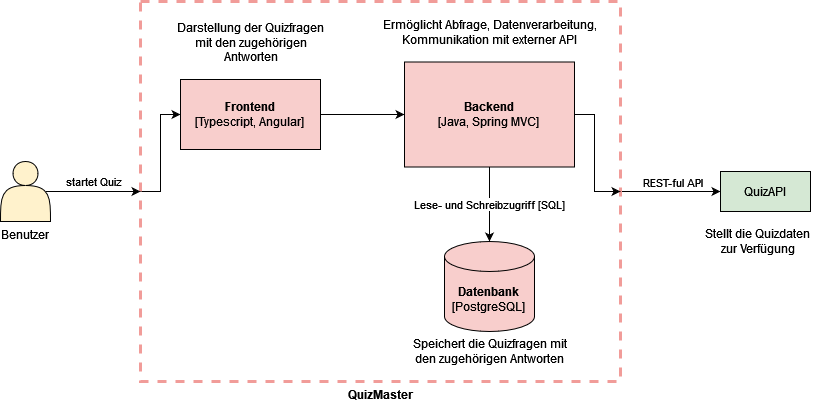
This is diagrams/ContainerDiagram.drawio.png from FranziskaGreiner/QuizMaster, a draw.io export, as it was before one commit. Source tidied: cells renumbered, new cells last; positions are measured from the earlier drawing's top-left corner, leaving out a move shared by most shapes.
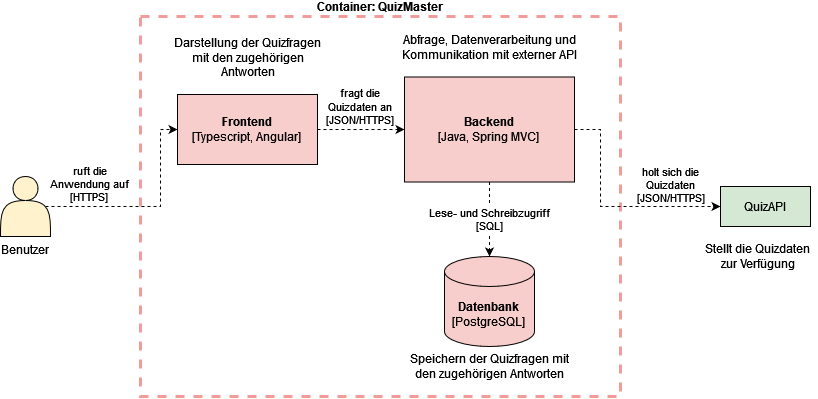
After the change.

Diff of the diagram source:
```diff
@@ -2,30 +2,32 @@
   <root>
     <mxCell id="0" />
     <mxCell id="1" parent="0" />
+    <mxCell id="5" value="Container: QuizMaster" style="rounded=0;whiteSpace=wrap;html=1;fontStyle=1;fillColor=none;strokeColor=#F19C99;dashed=1;strokeWidth=3;labelPosition=center;verticalLabelPosition=top;align=center;verticalAlign=bottom;" parent="1" vertex="1">
+      <mxGeometry x="140" width="480" height="380" as="geometry" />
+    </mxCell>
-    <mxCell id="2" style="edgeStyle=orthogonalEdgeStyle;rounded=0;jettySize=auto;html=1;exitX=1;exitY=0.5;exitDx=0;exitDy=0;entryX=0;entryY=0.5;entryDx=0;entryDy=0;fontColor=#000000;strokeColor=#000000;" parent="1" edge="1" source="5" target="6">
-      <mxGeometry relative="1" as="geometry" />
+    <mxCell id="2" style="edgeStyle=orthogonalEdgeStyle;rounded=0;jettySize=auto;html=1;exitX=1;exitY=0.5;exitDx=0;exitDy=0;entryX=0;entryY=0.5;entryDx=0;entryDy=0;fontColor=#000000;strokeColor=#000000;dashed=1;" parent="1" edge="1" source="15" target="6">
+      <mxGeometry relative="1" as="geometry">
+        <Array as="points">
+          <mxPoint x="600" y="113" />
+          <mxPoint x="600" y="190" />
+        </Array>
+      </mxGeometry>
     </mxCell>
-    <mxCell id="3" value="REST-ful API" style="edgeLabel;html=1;align=center;verticalAlign=bottom;fontColor=#000000;labelPosition=center;verticalLabelPosition=top;" parent="2" vertex="1">
+    <mxCell id="3" value="&lt;div&gt;holt sich die&lt;/div&gt;&lt;div&gt;Quizdaten&lt;br&gt;&lt;/div&gt;&lt;div&gt;[JSON/HTTPS]&lt;br&gt;&lt;/div&gt;" style="edgeLabel;html=1;align=center;verticalAlign=bottom;fontColor=#000000;labelPosition=center;verticalLabelPosition=top;" parent="2" vertex="1">
       <mxGeometry x="-0.19" y="-4" relative="1" as="geometry">
-        <mxPoint x="11" y="-4" as="offset" />
+        <mxPoint x="74" y="13" as="offset" />
       </mxGeometry>
     </mxCell>
-    <mxCell id="4" style="edgeStyle=orthogonalEdgeStyle;rounded=0;jettySize=auto;html=1;exitX=0;exitY=0.5;exitDx=0;exitDy=0;entryX=0;entryY=0.5;entryDx=0;entryDy=0;" parent="1" edge="1" source="5" target="12">
-      <mxGeometry relative="1" as="geometry">
-        <Array as="points">
-          <mxPoint x="160" y="190" />
-          <mxPoint x="160" y="113" />
-        </Array>
-      </mxGeometry>
-    </mxCell>
-    <mxCell id="5" value="QuizMaster" style="rounded=0;whiteSpace=wrap;html=1;fontStyle=1;fillColor=none;strokeColor=#F19C99;dashed=1;strokeWidth=3;labelPosition=center;verticalLabelPosition=bottom;align=center;verticalAlign=top;" parent="1" vertex="1">
-      <mxGeometry x="140" width="480" height="380" as="geometry" />
-    </mxCell>
     <mxCell id="6" value="QuizAPI" style="rounded=0;whiteSpace=wrap;html=1;fillColor=#d5e8d4;strokeColor=#000000;" parent="1" vertex="1">
       <mxGeometry x="720" y="170" width="90" height="40" as="geometry" />
     </mxCell>
-    <mxCell id="7" value="startet Quiz" style="edgeStyle=orthogonalEdgeStyle;rounded=0;jettySize=auto;html=1;exitX=0.9;exitY=0.5;exitDx=0;exitDy=0;exitPerimeter=0;entryX=0;entryY=0.5;entryDx=0;entryDy=0;fontColor=#000000;strokeColor=#000000;labelPosition=center;verticalLabelPosition=top;align=center;verticalAlign=bottom;" parent="1" edge="1" source="8" target="5">
-      <mxGeometry relative="1" as="geometry" />
+    <mxCell id="7" value="&lt;div&gt;ruft die&lt;/div&gt;&lt;div&gt;Anwendung auf&lt;/div&gt;&lt;div&gt;[HTTPS]&lt;br&gt;&lt;/div&gt;" style="edgeStyle=orthogonalEdgeStyle;rounded=0;jettySize=auto;html=1;exitX=0.9;exitY=0.5;exitDx=0;exitDy=0;exitPerimeter=0;entryX=0;entryY=0.5;entryDx=0;entryDy=0;fontColor=#000000;strokeColor=#000000;labelPosition=center;verticalLabelPosition=top;align=center;verticalAlign=bottom;dashed=1;" parent="1" edge="1" source="8" target="12">
+      <mxGeometry x="-0.58" relative="1" as="geometry">
+        <Array as="points">
+          <mxPoint x="160" y="190" />
+          <mxPoint x="160" y="113" />
+        </Array>
+      </mxGeometry>
     </mxCell>
     <mxCell id="8" value="Benutzer" style="shape=actor;whiteSpace=wrap;html=1;labelPosition=center;verticalLabelPosition=bottom;align=center;verticalAlign=top;fillColor=#fff2cc;strokeColor=#000000;" parent="1" vertex="1">
       <mxGeometry y="160" width="50" height="60" as="geometry" />
@@ -36,29 +38,26 @@
     <mxCell id="10" value="&lt;div&gt;&lt;b&gt;Datenbank&lt;/b&gt;&lt;/div&gt;&lt;div&gt;[PostgreSQL]&lt;br&gt;&lt;/div&gt;" style="shape=cylinder3;whiteSpace=wrap;html=1;boundedLbl=1;backgroundOutline=1;size=15;fillColor=#F8CECC;" parent="1" vertex="1">
       <mxGeometry x="444" y="240" width="90" height="90" as="geometry" />
     </mxCell>
-    <mxCell id="11" style="edgeStyle=orthogonalEdgeStyle;rounded=0;jettySize=auto;html=1;entryX=0;entryY=0.5;entryDx=0;entryDy=0;" parent="1" edge="1" source="12" target="15">
-      <mxGeometry relative="1" as="geometry" />
+    <mxCell id="11" value="&lt;div&gt;fragt die&lt;/div&gt;&lt;div&gt;Quizdaten an&lt;/div&gt;&lt;div&gt;[JSON/HTTPS]&lt;br&gt;&lt;/div&gt;" style="edgeStyle=orthogonalEdgeStyle;rounded=0;jettySize=auto;html=1;entryX=0;entryY=0.5;entryDx=0;entryDy=0;dashed=1;" parent="1" edge="1" source="12" target="15">
+      <mxGeometry x="-0.05" y="23" relative="1" as="geometry" />
     </mxCell>
     <mxCell id="12" value="&lt;div&gt;&lt;b&gt;Frontend&lt;/b&gt;&lt;/div&gt;&lt;div&gt;[Typescript, Angular]&lt;br&gt;&lt;/div&gt;" style="rounded=0;whiteSpace=wrap;html=1;fillColor=#F8CECC;" parent="1" vertex="1">
-      <mxGeometry x="180" y="78" width="140" height="70" as="geometry" />
+      <mxGeometry x="177" y="78" width="140" height="70" as="geometry" />
     </mxCell>
-    <mxCell id="13" value="Lese- und Schreibzugriff [SQL]" style="edgeStyle=orthogonalEdgeStyle;rounded=0;jettySize=auto;html=1;exitX=0.5;exitY=1;exitDx=0;exitDy=0;entryX=0.5;entryY=0;entryDx=0;entryDy=0;entryPerimeter=0;" parent="1" edge="1" source="15" target="10">
+    <mxCell id="13" value="&lt;div&gt;Lese- und Schreibzugriff&lt;/div&gt;&lt;div&gt;[SQL]&lt;/div&gt;" style="edgeStyle=orthogonalEdgeStyle;rounded=0;jettySize=auto;html=1;exitX=0.5;exitY=1;exitDx=0;exitDy=0;entryX=0.5;entryY=0;entryDx=0;entryDy=0;entryPerimeter=0;dashed=1;" parent="1" edge="1" source="15" target="10">
       <mxGeometry relative="1" as="geometry" />
     </mxCell>
-    <mxCell id="14" style="edgeStyle=orthogonalEdgeStyle;rounded=0;jettySize=auto;html=1;exitX=1;exitY=0.5;exitDx=0;exitDy=0;entryX=1;entryY=0.5;entryDx=0;entryDy=0;" parent="1" edge="1" source="15" target="5">
-      <mxGeometry relative="1" as="geometry" />
-    </mxCell>
     <mxCell id="15" value="&lt;div&gt;&lt;b&gt;Backend&lt;/b&gt;&lt;/div&gt;&lt;div&gt;[Java, Spring MVC]&lt;br&gt;&lt;/div&gt;" style="rounded=0;whiteSpace=wrap;html=1;fillColor=#F8CECC;" parent="1" vertex="1">
       <mxGeometry x="404" y="60.5" width="170" height="105" as="geometry" />
     </mxCell>
-    <mxCell id="16" value="&lt;div&gt;Speichert die Quizfragen mit&lt;/div&gt;&lt;div&gt;den zugehörigen Antworten&lt;br&gt;&lt;/div&gt;" style="text;html=1;align=center;verticalAlign=middle;strokeColor=none;fillColor=none;fontColor=#000000;" parent="1" vertex="1">
-      <mxGeometry x="404" y="330" width="170" height="40" as="geometry" />
+    <mxCell id="16" value="&lt;div&gt;Speichern der Quizfragen mit&lt;/div&gt;&lt;div&gt;den zugehörigen Antworten&lt;br&gt;&lt;/div&gt;" style="text;html=1;align=center;verticalAlign=middle;strokeColor=none;fillColor=none;fontColor=#000000;" parent="1" vertex="1">
+      <mxGeometry x="399" y="330" width="180" height="40" as="geometry" />
     </mxCell>
-    <mxCell id="17" value="&lt;div&gt;Ermöglicht Abfrage, Datenverarbeitung,&lt;/div&gt;&lt;div&gt;Kommunikation mit externer API&lt;/div&gt;" style="text;html=1;align=center;verticalAlign=middle;strokeColor=none;fillColor=none;fontColor=#000000;" parent="1" vertex="1">
-      <mxGeometry x="374" y="10.5" width="230" height="40" as="geometry" />
+    <mxCell id="17" value="&lt;div&gt;Abfrage, Datenverarbeitung und&lt;br&gt;&lt;/div&gt;&lt;div&gt;Kommunikation mit externer API&lt;/div&gt;" style="text;html=1;align=center;verticalAlign=middle;strokeColor=none;fillColor=none;fontColor=#000000;" parent="1" vertex="1">
+      <mxGeometry x="394" y="10.5" width="190" height="40" as="geometry" />
     </mxCell>
     <mxCell id="18" value="&lt;div&gt;Darstellung der Quizfragen&lt;/div&gt;&lt;div&gt;mit den zugehörigen&lt;/div&gt;&lt;div&gt;Antworten &lt;/div&gt;" style="text;html=1;align=center;verticalAlign=middle;strokeColor=none;fillColor=none;fontColor=#000000;" parent="1" vertex="1">
-      <mxGeometry x="170" y="10.5" width="160" height="60" as="geometry" />
+      <mxGeometry x="167" y="10.5" width="160" height="60" as="geometry" />
     </mxCell>
   </root>
 </mxGraphModel>
```
